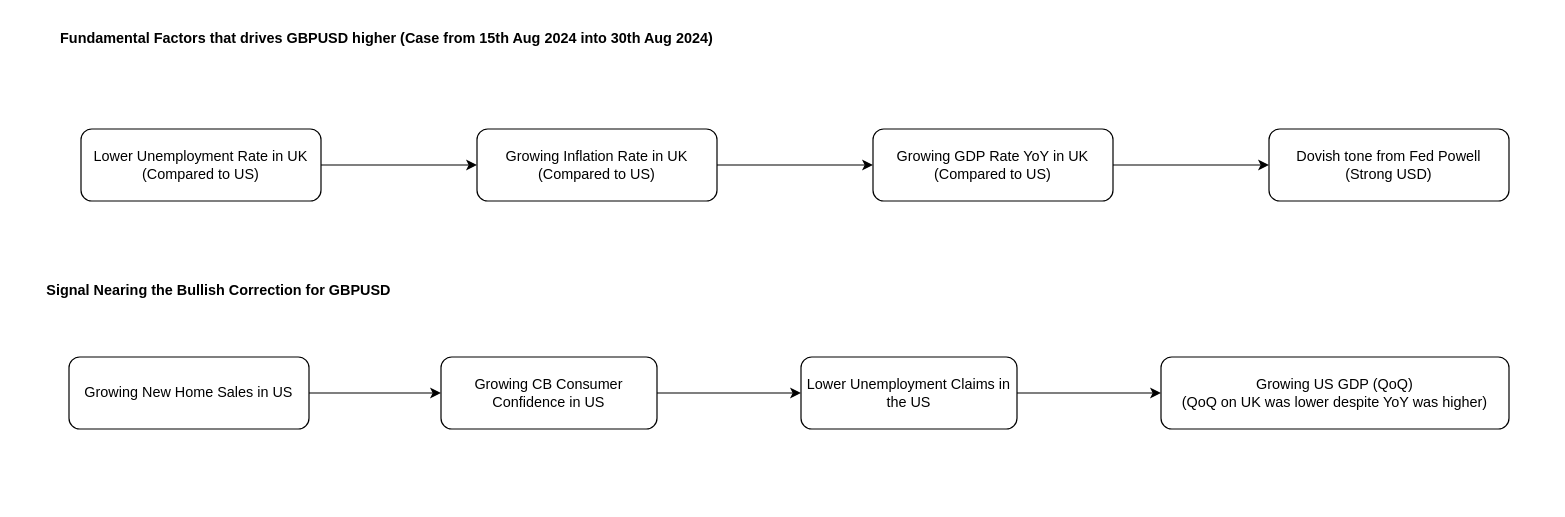
This is macro-analysis.drawio from primprum/macro-analysis, a draw.io file, before an edit. Source tidied: cells renumbered, new cells numbered last; positions are measured from the earlier drawing's top-left corner, leaving out a move shared by most shapes. Both pictures are drawn from the tidied source at 120%, with x=0, y=0 at pixel (20, 20).
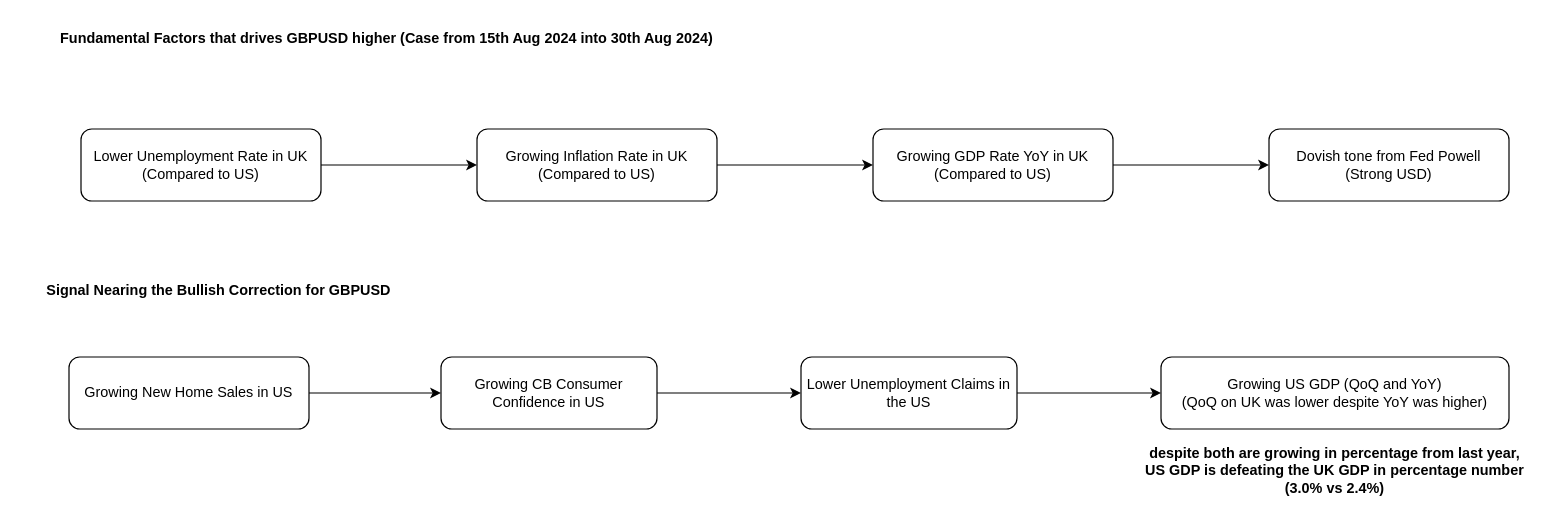
Above is the later version.

Change to the diagram source:
```diff
@@
 <mxGraphModel>
   <root>
     <mxCell id="0" />
     <mxCell id="1" parent="0" />
     <mxCell id="2" value="&lt;b&gt;Fundamental Factors that drives GBPUSD higher (Case from 15th Aug 2024 into 30th Aug 2024)&lt;/b&gt;" style="text;html=1;align=center;verticalAlign=middle;whiteSpace=wrap;rounded=0;" parent="1" vertex="1">
       <mxGeometry x="10" width="590" height="30" as="geometry" />
     </mxCell>
     <mxCell id="3" style="edgeStyle=orthogonalEdgeStyle;rounded=0;jettySize=auto;html=1;exitX=1;exitY=0.5;exitDx=0;exitDy=0;" parent="1" edge="1" source="4" target="6">
       <mxGeometry relative="1" as="geometry" />
     </mxCell>
     <mxCell id="4" value="&lt;div&gt;Lower Unemployment Rate in UK&lt;/div&gt;&lt;div&gt;(Compared to US)&lt;br&gt;&lt;/div&gt;" style="rounded=1;whiteSpace=wrap;html=1;" parent="1" vertex="1">
       <mxGeometry x="50" y="90" width="200" height="60" as="geometry" />
     </mxCell>
     <mxCell id="5" style="edgeStyle=orthogonalEdgeStyle;rounded=0;jettySize=auto;html=1;exitX=1;exitY=0.5;exitDx=0;exitDy=0;entryX=0;entryY=0.5;entryDx=0;entryDy=0;" parent="1" edge="1" source="6" target="8">
       <mxGeometry relative="1" as="geometry" />
     </mxCell>
     <mxCell id="6" value="&lt;div&gt;Growing Inflation Rate in UK&lt;/div&gt;&lt;div&gt;(Compared to US)&lt;br&gt;&lt;/div&gt;" style="rounded=1;whiteSpace=wrap;html=1;" parent="1" vertex="1">
       <mxGeometry x="380" y="90" width="200" height="60" as="geometry" />
     </mxCell>
     <mxCell id="7" style="edgeStyle=orthogonalEdgeStyle;rounded=0;jettySize=auto;html=1;exitX=1;exitY=0.5;exitDx=0;exitDy=0;entryX=0;entryY=0.5;entryDx=0;entryDy=0;" parent="1" edge="1" source="8" target="9">
       <mxGeometry relative="1" as="geometry" />
     </mxCell>
     <mxCell id="8" value="&lt;div&gt;Growing GDP Rate YoY in UK&lt;/div&gt;&lt;div&gt;(Compared to US)&lt;br&gt;&lt;/div&gt;" style="rounded=1;whiteSpace=wrap;html=1;" parent="1" vertex="1">
       <mxGeometry x="710" y="90" width="200" height="60" as="geometry" />
     </mxCell>
     <mxCell id="9" value="&lt;div&gt;Dovish tone from Fed Powell&lt;/div&gt;&lt;div&gt;(Strong USD)&lt;br&gt;&lt;/div&gt;" style="rounded=1;whiteSpace=wrap;html=1;" parent="1" vertex="1">
       <mxGeometry x="1040" y="90" width="200" height="60" as="geometry" />
     </mxCell>
     <mxCell id="10" value="&lt;b&gt;Signal Nearing the Bullish Correction for GBPUSD&lt;br&gt;&lt;/b&gt;" style="text;html=1;align=center;verticalAlign=middle;whiteSpace=wrap;rounded=0;" parent="1" vertex="1">
       <mxGeometry y="210" width="330" height="30" as="geometry" />
     </mxCell>
-    <mxCell id="11" value="&lt;div&gt;Growing US GDP (QoQ)&lt;/div&gt;&lt;div&gt;(QoQ on UK was lower despite YoY was higher)&lt;br&gt;&lt;/div&gt;" style="rounded=1;whiteSpace=wrap;html=1;" parent="1" vertex="1">
+    <mxCell id="11" value="&lt;div&gt;Growing US GDP (QoQ and YoY)&lt;/div&gt;&lt;div&gt;(QoQ on UK was lower despite YoY was higher)&lt;br&gt;&lt;/div&gt;" style="rounded=1;whiteSpace=wrap;html=1;" parent="1" vertex="1">
       <mxGeometry x="950" y="280" width="290" height="60" as="geometry" />
     </mxCell>
     <mxCell id="12" style="edgeStyle=orthogonalEdgeStyle;rounded=0;jettySize=auto;html=1;exitX=1;exitY=0.5;exitDx=0;exitDy=0;" parent="1" edge="1" source="13" target="15">
       <mxGeometry relative="1" as="geometry" />
     </mxCell>
     <mxCell id="13" value="Growing New Home Sales in US" style="rounded=1;whiteSpace=wrap;html=1;" parent="1" vertex="1">
       <mxGeometry x="40" y="280" width="200" height="60" as="geometry" />
     </mxCell>
     <mxCell id="14" style="edgeStyle=orthogonalEdgeStyle;rounded=0;jettySize=auto;html=1;exitX=1;exitY=0.5;exitDx=0;exitDy=0;" parent="1" edge="1" source="15" target="17">
       <mxGeometry relative="1" as="geometry" />
     </mxCell>
     <mxCell id="15" value="Growing CB Consumer Confidence in US" style="rounded=1;whiteSpace=wrap;html=1;" parent="1" vertex="1">
       <mxGeometry x="350" y="280" width="180" height="60" as="geometry" />
     </mxCell>
     <mxCell id="16" style="edgeStyle=orthogonalEdgeStyle;rounded=0;jettySize=auto;html=1;exitX=1;exitY=0.5;exitDx=0;exitDy=0;" parent="1" edge="1" source="17" target="11">
       <mxGeometry relative="1" as="geometry" />
     </mxCell>
     <mxCell id="17" value="Lower Unemployment Claims in the US" style="rounded=1;whiteSpace=wrap;html=1;" parent="1" vertex="1">
       <mxGeometry x="650" y="280" width="180" height="60" as="geometry" />
     </mxCell>
+    <mxCell id="18" value="&lt;div&gt;&lt;b&gt;despite both are growing in percentage from last year,&lt;/b&gt;&lt;/div&gt;&lt;div&gt;&lt;b&gt;US GDP is defeating the UK GDP in percentage number&lt;/b&gt;&lt;/div&gt;&lt;div&gt;&lt;b&gt;(3.0% vs 2.4%)&lt;br&gt;&lt;/b&gt;&lt;/div&gt;" style="text;html=1;align=center;verticalAlign=middle;whiteSpace=wrap;rounded=0;" parent="1" vertex="1">
+      <mxGeometry x="920" y="360" width="350" height="30" as="geometry" />
+    </mxCell>
   </root>
 </mxGraphModel>
```
